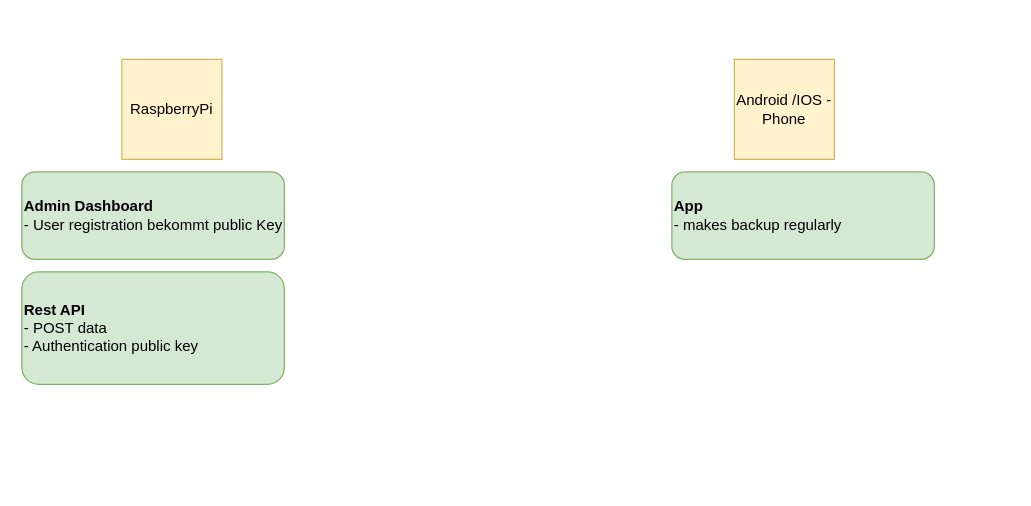
Above: Plan.drawio in Konrad1991/SolarPi (draw.io), before the change. Source tidied: cells renumbered, new cells numbered last; positions are measured from the earlier drawing's top-left corner, leaving out a move shared by most shapes. Both pictures are drawn from the tidied source at 125%, with x=0, y=0 at pixel (21, 59).
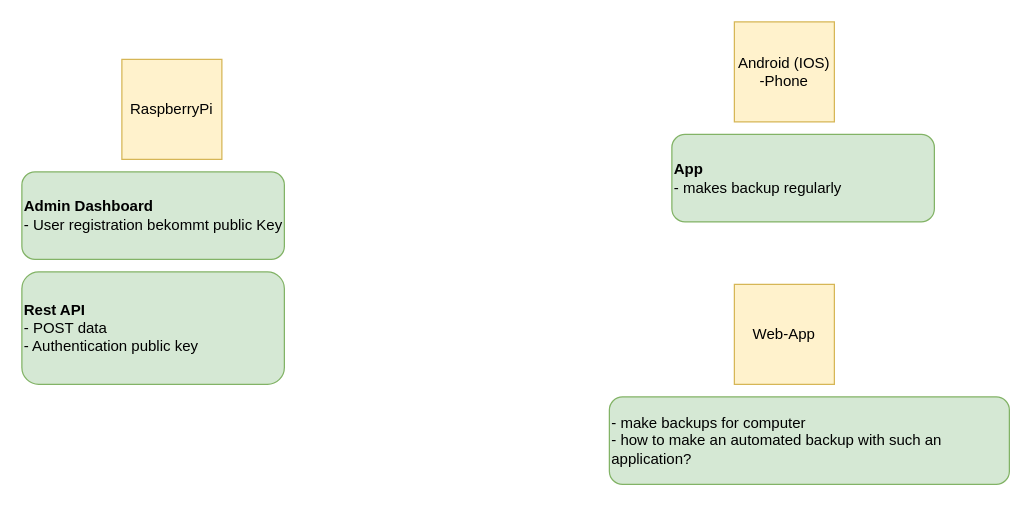
After the change.

Diff of the diagram source:
```diff
@@
 <mxGraphModel>
   <root>
     <mxCell id="0" />
     <mxCell id="1" parent="0" />
     <mxCell id="2" value="RaspberryPi&lt;br&gt;" style="whiteSpace=wrap;html=1;fillColor=#fff2cc;strokeColor=#d6b656;" parent="1" vertex="1">
       <mxGeometry x="80" width="80" height="80" as="geometry" />
     </mxCell>
     <mxCell id="3" value="&lt;div align=&quot;left&quot;&gt;&lt;b&gt;Admin Dashboard&lt;/b&gt;&lt;br&gt;- User registration bekommt public Key&lt;/div&gt;" style="rounded=1;whiteSpace=wrap;html=1;fillColor=#d5e8d4;strokeColor=#82b366;align=left;" parent="1" vertex="1">
       <mxGeometry y="90" width="210" height="70" as="geometry" />
     </mxCell>
     <mxCell id="4" value="&lt;div align=&quot;left&quot;&gt;&lt;b&gt;Rest API&lt;/b&gt;&lt;br&gt;- POST data&lt;/div&gt;&lt;div align=&quot;left&quot;&gt;- Authentication public key&lt;br&gt;&lt;/div&gt;" style="rounded=1;whiteSpace=wrap;html=1;fillColor=#d5e8d4;strokeColor=#82b366;align=left;" parent="1" vertex="1">
       <mxGeometry y="170" width="210" height="90" as="geometry" />
     </mxCell>
-    <mxCell id="5" value="Android /IOS -Phone" style="whiteSpace=wrap;html=1;fillColor=#fff2cc;strokeColor=#d6b656;" parent="1" vertex="1">
-      <mxGeometry x="570" width="80" height="80" as="geometry" />
+    <mxCell id="5" value="Android (IOS) -Phone" style="whiteSpace=wrap;html=1;fillColor=#fff2cc;strokeColor=#d6b656;" parent="1" vertex="1">
+      <mxGeometry x="570" y="-30" width="80" height="80" as="geometry" />
     </mxCell>
     <mxCell id="6" value="&lt;b&gt;App&lt;br&gt;&lt;/b&gt;- makes backup regularly" style="rounded=1;whiteSpace=wrap;html=1;fillColor=#d5e8d4;strokeColor=#82b366;align=left;" parent="1" vertex="1">
-      <mxGeometry x="520" y="90" width="210" height="70" as="geometry" />
+      <mxGeometry x="520" y="60" width="210" height="70" as="geometry" />
     </mxCell>
+    <mxCell id="7" value="Web-App" style="whiteSpace=wrap;html=1;fillColor=#fff2cc;strokeColor=#d6b656;" parent="1" vertex="1">
+      <mxGeometry x="570" y="180" width="80" height="80" as="geometry" />
+    </mxCell>
+    <mxCell id="8" value="- make backups for computer&lt;br&gt;- how to make an automated backup with such an application?" style="rounded=1;whiteSpace=wrap;html=1;fillColor=#d5e8d4;strokeColor=#82b366;align=left;" parent="1" vertex="1">
+      <mxGeometry x="470" y="270" width="320" height="70" as="geometry" />
+    </mxCell>
   </root>
 </mxGraphModel>
```
